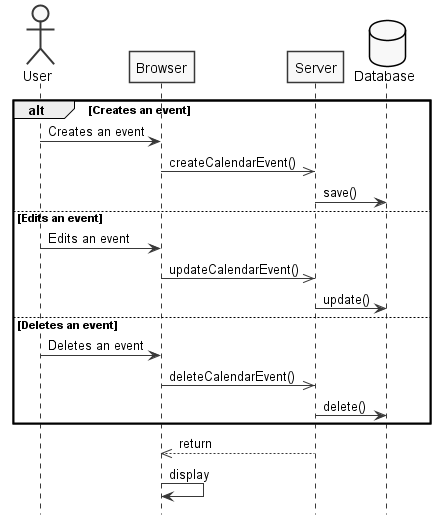
Before: docs/red/1161140/sp1/analysis2.png, a diagram exported from PlantUML (Fuel4us/EventManagingApp). The source it was exported from:
```plantuml
@startuml  analysis2

skinparam monochrome true
skinparam shadowing false
hide footbox

actor User
database Database order 100

alt Creates an event
	User -> Browser : Creates an event
	Browser ->> Server : createCalendarEvent()
	Server -> Database : save()
else Edits an event
	User -> Browser : Edits an event
	Browser ->> Server : updateCalendarEvent()
	Server -> Database : update()
else Deletes an event
	User -> Browser : Deletes an event
	Browser ->> Server : deleteCalendarEvent()
	Server -> Database : delete()
end

Server -->> Browser : return
Browser -> Browser : display

@enduml
```
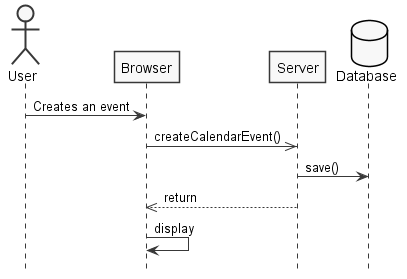
The same diagram one commit later.

Diff of the diagram source:
```diff
@@ -7,19 +7,9 @@
 actor User
 database Database order 100
 
-alt Creates an event
-	User -> Browser : Creates an event
-	Browser ->> Server : createCalendarEvent()
-	Server -> Database : save()
-else Edits an event
-	User -> Browser : Edits an event
-	Browser ->> Server : updateCalendarEvent()
-	Server -> Database : update()
-else Deletes an event
-	User -> Browser : Deletes an event
-	Browser ->> Server : deleteCalendarEvent()
-	Server -> Database : delete()
-end
+User -> Browser : Creates an event
+Browser ->> Server : createCalendarEvent()
+Server -> Database : save()
 
 Server -->> Browser : return
 Browser -> Browser : display
```
